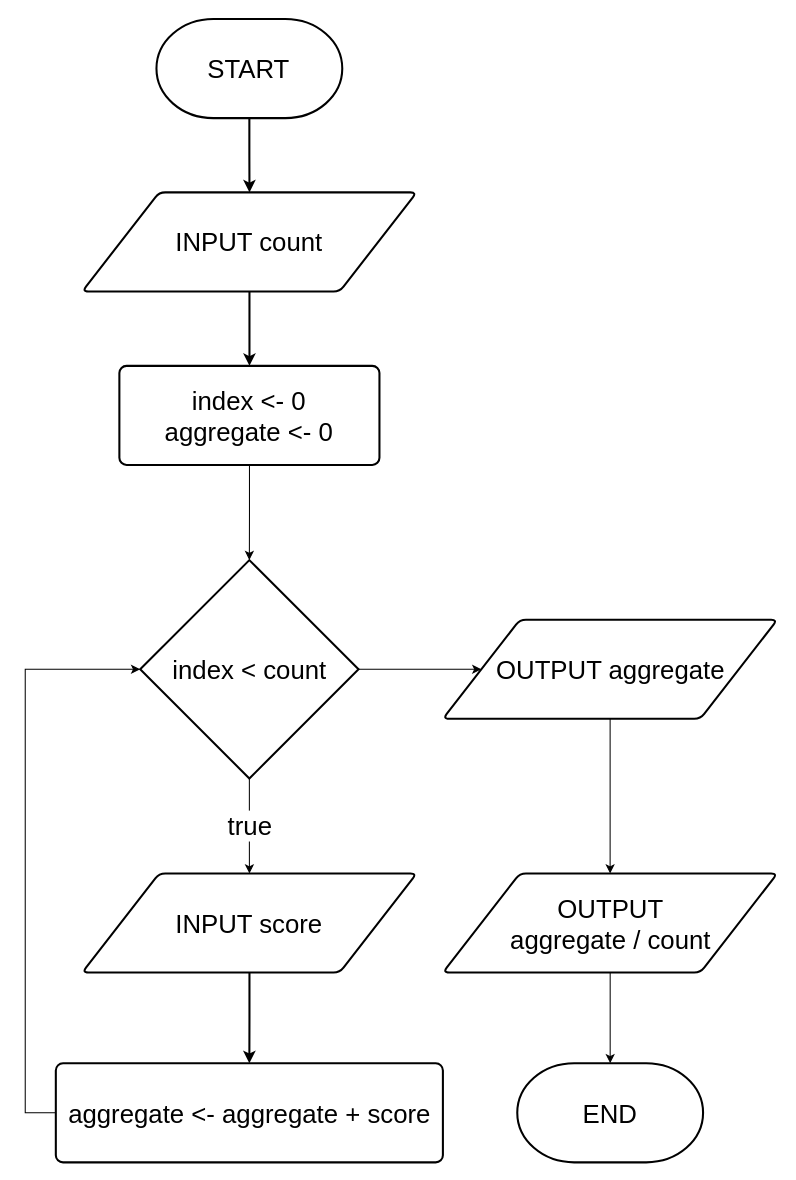
ashenm/blob keeps this draw.io diagram as sad2pseu.drawio. Above is the earlier version. Source tidied: cells renumbered, new cells numbered last; positions are measured from the earlier drawing's top-left corner, leaving out a move shared by most shapes. Both pictures are drawn from the tidied source at 103%, with x=0, y=0 at pixel (25, 19).
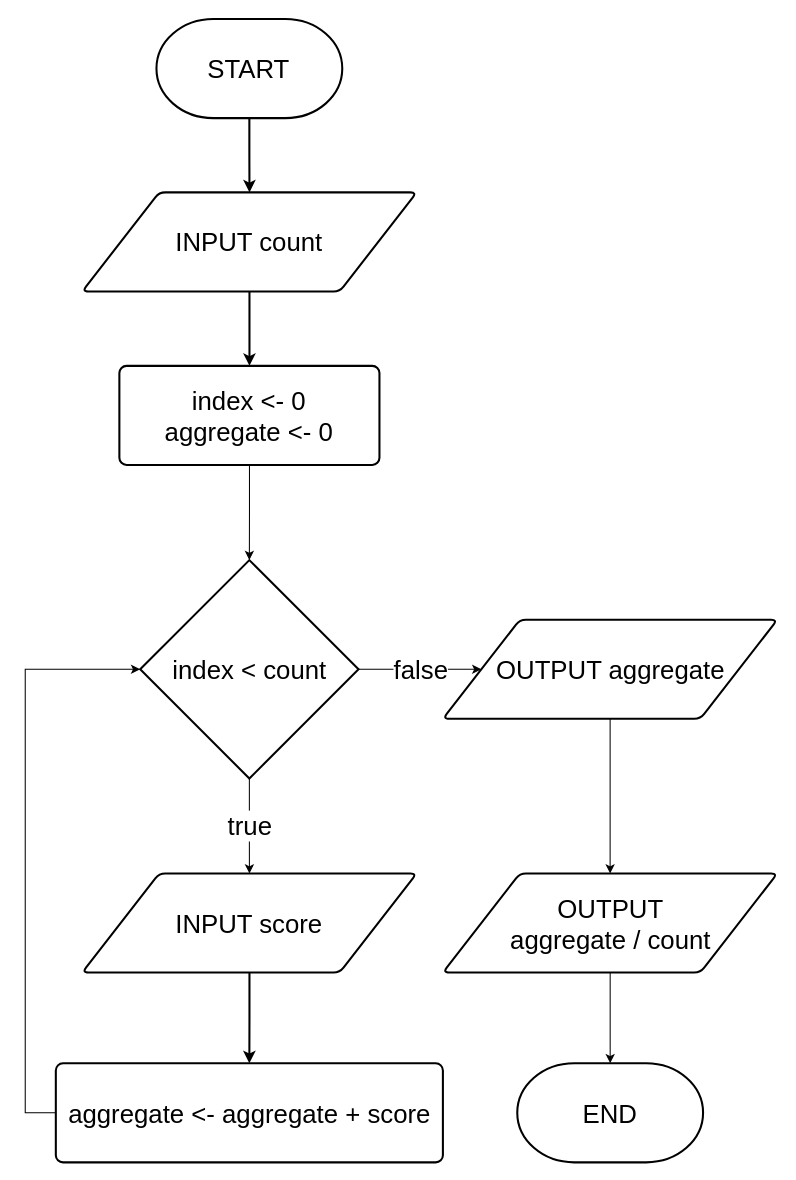
Above is the later version.

The change refers to these unchanged cells:
```xml
<mxCell id="2" style="group;" parent="1" vertex="1">
  <mxGeometry width="730.2" height="1110" as="geometry" />
</mxCell>
<mxCell id="10" value="&lt;font style=&quot;font-size: 25px&quot;&gt;index &amp;lt; count&lt;/font&gt;" style="strokeWidth=2;html=1;shape=mxgraph.flowchart.decision;whiteSpace=wrap;" parent="2" vertex="1">
  <mxGeometry x="111.6" y="525.3" width="212" height="212" as="geometry" />
</mxCell>
<mxCell id="15" value="&lt;font style=&quot;font-size: 25px&quot;&gt;OUTPUT aggregate&lt;/font&gt;" style="shape=parallelogram;html=1;strokeWidth=2;perimeter=parallelogramPerimeter;whiteSpace=wrap;rounded=1;arcSize=12;size=0.23;" parent="2" vertex="1">
  <mxGeometry x="405.5" y="583.2" width="324.7" height="96.2" as="geometry" />
</mxCell>
```

Change to the diagram source:
```diff
@@
-    <mxCell id="16" style="edgeStyle=orthogonalEdgeStyle;rounded=0;jettySize=auto;html=1;entryX=0;entryY=0.5;entryDx=0;entryDy=0;" parent="2" edge="1" source="10" target="15">
+    <mxCell id="16" value="&lt;font style=&quot;font-size: 25px&quot;&gt;false&lt;/font&gt;" style="edgeStyle=orthogonalEdgeStyle;rounded=0;jettySize=auto;html=1;entryX=0;entryY=0.5;entryDx=0;entryDy=0;" parent="2" edge="1" source="10" target="15">
       <mxGeometry relative="1" as="geometry" />
     </mxCell>
```
